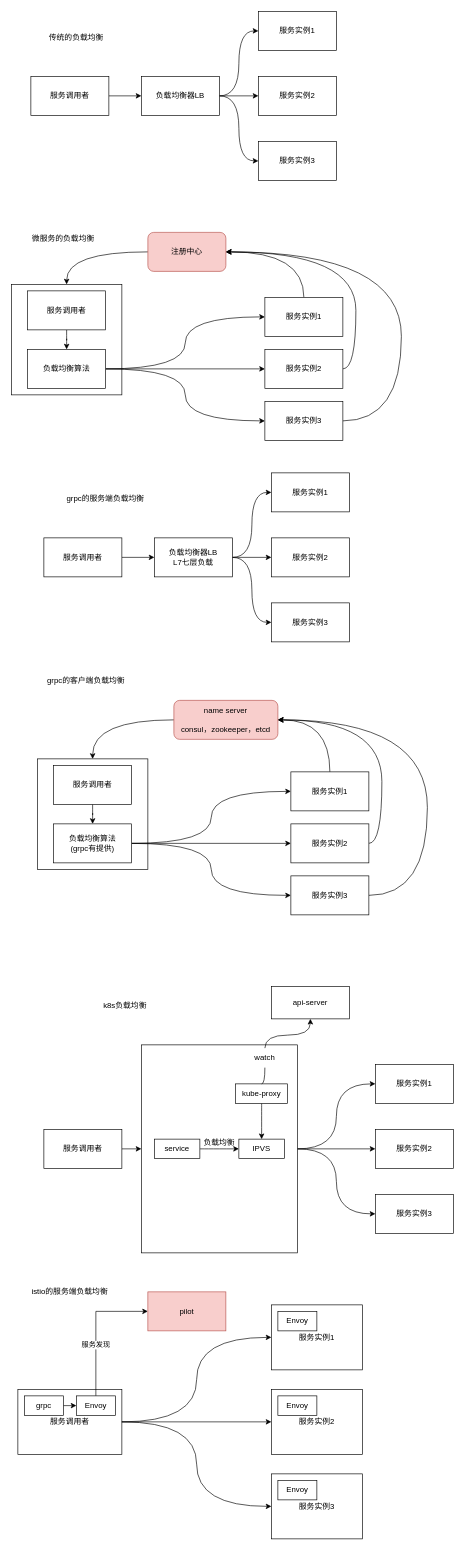
Above: xmind/负载均衡.drawio in devhg/markdown-xmind-drawio (draw.io), before the change. Source tidied: cells renumbered, new cells numbered last; positions are measured from the earlier drawing's top-left corner, leaving out a move shared by most shapes. Both pictures are drawn from the tidied source at 65%, with x=0, y=0 at pixel (11, 11).
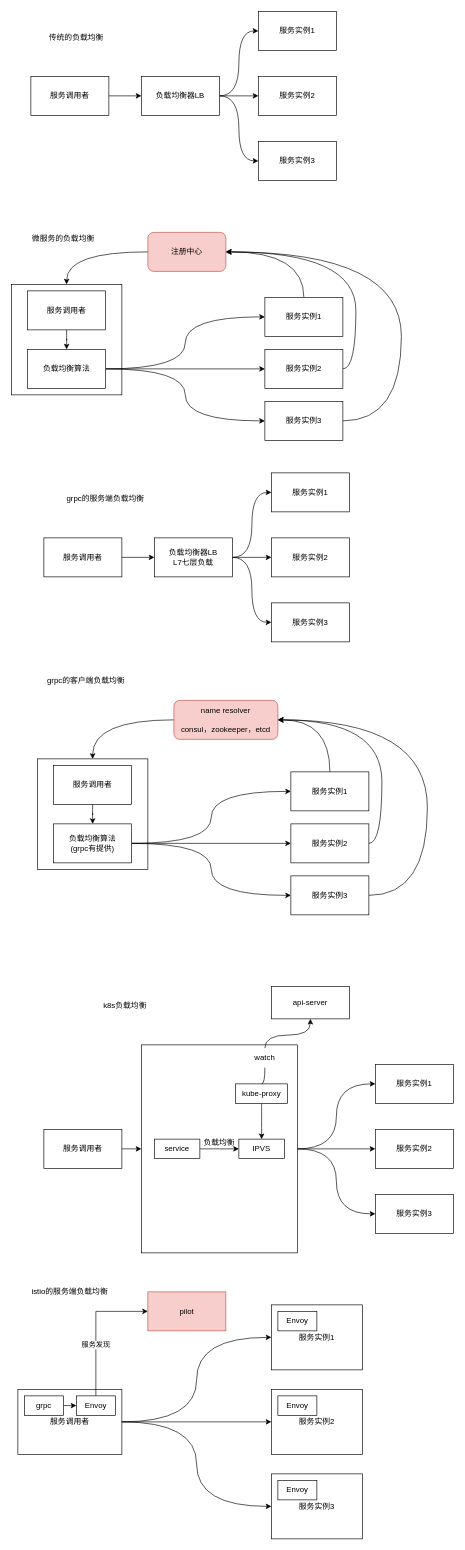
After the change.

What changed in the source:
```diff
@@
-    <mxCell id="52" value="name server&lt;br&gt;&lt;br&gt;consul，zookeeper，etcd" style="rounded=1;whiteSpace=wrap;html=1;fillColor=#f8cecc;strokeColor=#b85450;" parent="1" vertex="1">
+    <mxCell id="52" value="name resolver&lt;br&gt;&lt;br&gt;consul，zookeeper，etcd" style="rounded=1;whiteSpace=wrap;html=1;fillColor=#f8cecc;strokeColor=#b85450;" parent="1" vertex="1">
       <mxGeometry x="250" y="1060" width="160" height="60" as="geometry" />
     </mxCell>
```
